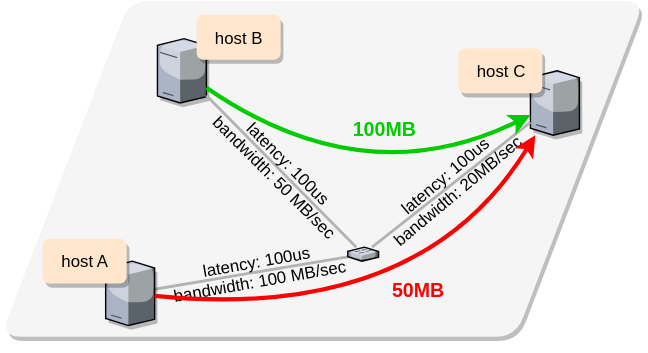
Earlier version of the draw.io export docs/public/img/primer_on_networking/topology_contention_different_sizes.svg (wrench-project/wrench-pedagogic-modules). Source tidied: cells renumbered, new cells last; positions are measured from the earlier drawing's top-left corner, leaving out a move shared by most shapes. Source of this version:
```xml
<mxGraphModel background="#ffffff">
  <root>
    <mxCell id="0" />
    <mxCell id="1" parent="0" />
    <mxCell id="2" style="shape=parallelogram;perimeter=parallelogramPerimeter;whiteSpace=wrap;html=1;fillColor=#f5f5f5;strokeColor=none;rounded=1;shadow=1;arcSize=29;" parent="1" vertex="1">
      <mxGeometry width="460" height="240" as="geometry" />
    </mxCell>
    <mxCell id="3" style="endArrow=none;html=1;strokeWidth=2;strokeColor=#B3B3B3;" parent="1" edge="1" source="11" target="4">
      <mxGeometry relative="1" as="geometry" />
    </mxCell>
    <mxCell id="4" style="verticalLabelPosition=bottom;html=1;verticalAlign=top;strokeColor=none;align=center;outlineConnect=0;shape=mxgraph.citrix.switch;" parent="1" vertex="1">
      <mxGeometry x="248" y="176" width="22" height="10" as="geometry" />
    </mxCell>
    <mxCell id="5" value="&lt;div style=&quot;text-align: left&quot;&gt;&lt;br&gt;&lt;/div&gt;" style="verticalLabelPosition=bottom;html=1;verticalAlign=top;strokeColor=none;align=center;outlineConnect=0;shape=mxgraph.citrix.tower_server;shadow=1;" parent="1" vertex="1">
      <mxGeometry x="378.5" y="50" width="35" height="46" as="geometry" />
    </mxCell>
    <mxCell id="6" value="&lt;div style=&quot;text-align: left&quot;&gt;&lt;br&gt;&lt;/div&gt;" style="verticalLabelPosition=bottom;html=1;verticalAlign=top;strokeColor=none;align=center;outlineConnect=0;shape=mxgraph.citrix.tower_server;shadow=1;" parent="1" vertex="1">
      <mxGeometry x="112" y="27" width="35" height="46" as="geometry" />
    </mxCell>
    <mxCell id="7" value="&lt;div&gt;host C&lt;br&gt;&lt;/div&gt;" style="rounded=1;whiteSpace=wrap;html=1;fillColor=#ffe6cc;strokeColor=none;shadow=1;" parent="1" vertex="1">
      <mxGeometry x="327" y="34" width="60" height="32" as="geometry" />
    </mxCell>
    <mxCell id="8" value="host B" style="rounded=1;whiteSpace=wrap;html=1;fillColor=#ffe6cc;strokeColor=none;shadow=1;" parent="1" vertex="1">
      <mxGeometry x="140" y="10" width="60" height="32" as="geometry" />
    </mxCell>
    <mxCell id="9" style="endArrow=none;html=1;strokeWidth=2;strokeColor=#B3B3B3;fillColor=#f5f5f5;" parent="1" edge="1" source="4" target="5">
      <mxGeometry relative="1" as="geometry" />
    </mxCell>
    <mxCell id="10" style="endArrow=none;html=1;strokeWidth=2;strokeColor=#B3B3B3;fillColor=#f5f5f5;" parent="1" edge="1" source="6" target="4">
      <mxGeometry relative="1" as="geometry" />
    </mxCell>
    <mxCell id="11" value="&lt;div style=&quot;text-align: left&quot;&gt;&lt;br&gt;&lt;/div&gt;" style="verticalLabelPosition=bottom;html=1;verticalAlign=top;strokeColor=none;align=center;outlineConnect=0;shape=mxgraph.citrix.tower_server;shadow=1;" parent="1" vertex="1">
      <mxGeometry x="75" y="186" width="35" height="46" as="geometry" />
    </mxCell>
    <mxCell id="12" value="host A" style="rounded=1;whiteSpace=wrap;html=1;fillColor=#ffe6cc;strokeColor=none;shadow=1;" parent="1" vertex="1">
      <mxGeometry x="30" y="170" width="60" height="32" as="geometry" />
    </mxCell>
    <mxCell id="13" value="&lt;div&gt;latency: 100us&lt;/div&gt;&lt;div&gt;bandwidth: 100 MB/sec&lt;br&gt;&lt;/div&gt;" style="text;html=1;align=center;verticalAlign=middle;fillColor=none;strokeColor=none;rounded=0;rotation=-10;" parent="1" vertex="1">
      <mxGeometry x="114" y="178" width="140" height="30" as="geometry" />
    </mxCell>
    <mxCell id="14" value="&lt;div&gt;latency: 100us&lt;/div&gt;&lt;div&gt;bandwidth: 20MB/sec&lt;br&gt;&lt;/div&gt;" style="text;html=1;align=center;verticalAlign=middle;fillColor=none;strokeColor=none;rounded=0;rotation=-40;" parent="1" vertex="1">
      <mxGeometry x="257" y="115" width="130" height="30" as="geometry" />
    </mxCell>
    <mxCell id="15" value="&lt;div&gt;latency: 100us&lt;/div&gt;&lt;div&gt;bandwidth: 50 MB/sec&lt;br&gt;&lt;/div&gt;" style="text;html=1;align=center;verticalAlign=middle;fillColor=none;strokeColor=none;rounded=0;rotation=45;" parent="1" vertex="1">
      <mxGeometry x="136" y="106" width="130" height="30" as="geometry" />
    </mxCell>
    <mxCell id="16" style="curved=1;endArrow=classic;html=1;strokeWidth=3;strokeColor=#FF0000;" parent="1" edge="1" source="11" target="5">
      <mxGeometry relative="1" as="geometry">
        <Array as="points">
          <mxPoint x="300" y="230" />
        </Array>
      </mxGeometry>
    </mxCell>
    <mxCell id="17" style="curved=1;endArrow=classic;html=1;strokeColor=#00CC00;strokeWidth=3;" parent="1" edge="1" source="6" target="5">
      <mxGeometry relative="1" as="geometry">
        <Array as="points">
          <mxPoint x="260" y="140" />
        </Array>
      </mxGeometry>
    </mxCell>
    <mxCell id="18" value="&lt;div style=&quot;font-size: 14px;&quot;&gt;100MB&lt;/div&gt;" style="text;html=1;align=center;verticalAlign=middle;fillColor=none;strokeColor=none;rounded=0;fontStyle=1;fontSize=14;fontColor=#00CC00;" parent="1" vertex="1">
      <mxGeometry x="249" y="81" width="50" height="20" as="geometry" />
    </mxCell>
    <mxCell id="19" value="&lt;div style=&quot;font-size: 14px&quot;&gt;50MB&lt;/div&gt;" style="text;html=1;align=center;verticalAlign=middle;fillColor=none;strokeColor=none;rounded=0;fontStyle=1;fontSize=14;fontColor=#FF0000;" parent="1" vertex="1">
      <mxGeometry x="273" y="196" width="50" height="20" as="geometry" />
    </mxCell>
  </root>
</mxGraphModel>
```
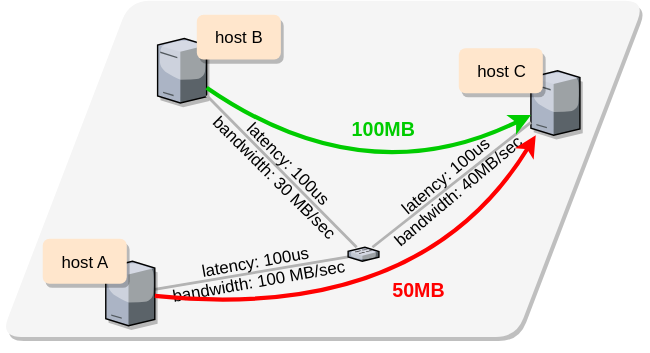
The same file after the commit.

The edit, as a diff of the source:
```diff
@@ -38,10 +38,10 @@
     <mxCell id="13" value="&lt;div&gt;latency: 100us&lt;/div&gt;&lt;div&gt;bandwidth: 100 MB/sec&lt;br&gt;&lt;/div&gt;" style="text;html=1;align=center;verticalAlign=middle;fillColor=none;strokeColor=none;rounded=0;rotation=-10;" parent="1" vertex="1">
       <mxGeometry x="114" y="178" width="140" height="30" as="geometry" />
     </mxCell>
-    <mxCell id="14" value="&lt;div&gt;latency: 100us&lt;/div&gt;&lt;div&gt;bandwidth: 20MB/sec&lt;br&gt;&lt;/div&gt;" style="text;html=1;align=center;verticalAlign=middle;fillColor=none;strokeColor=none;rounded=0;rotation=-40;" parent="1" vertex="1">
+    <mxCell id="14" value="&lt;div&gt;latency: 100us&lt;/div&gt;&lt;div&gt;bandwidth: 40MB/sec&lt;br&gt;&lt;/div&gt;" style="text;html=1;align=center;verticalAlign=middle;fillColor=none;strokeColor=none;rounded=0;rotation=-40;" parent="1" vertex="1">
       <mxGeometry x="257" y="115" width="130" height="30" as="geometry" />
     </mxCell>
-    <mxCell id="15" value="&lt;div&gt;latency: 100us&lt;/div&gt;&lt;div&gt;bandwidth: 50 MB/sec&lt;br&gt;&lt;/div&gt;" style="text;html=1;align=center;verticalAlign=middle;fillColor=none;strokeColor=none;rounded=0;rotation=45;" parent="1" vertex="1">
+    <mxCell id="15" value="&lt;div&gt;latency: 100us&lt;/div&gt;&lt;div&gt;bandwidth: 30 MB/sec&lt;br&gt;&lt;/div&gt;" style="text;html=1;align=center;verticalAlign=middle;fillColor=none;strokeColor=none;rounded=0;rotation=45;" parent="1" vertex="1">
       <mxGeometry x="136" y="106" width="130" height="30" as="geometry" />
     </mxCell>
     <mxCell id="16" style="curved=1;endArrow=classic;html=1;strokeWidth=3;strokeColor=#FF0000;" parent="1" edge="1" source="11" target="5">
```
